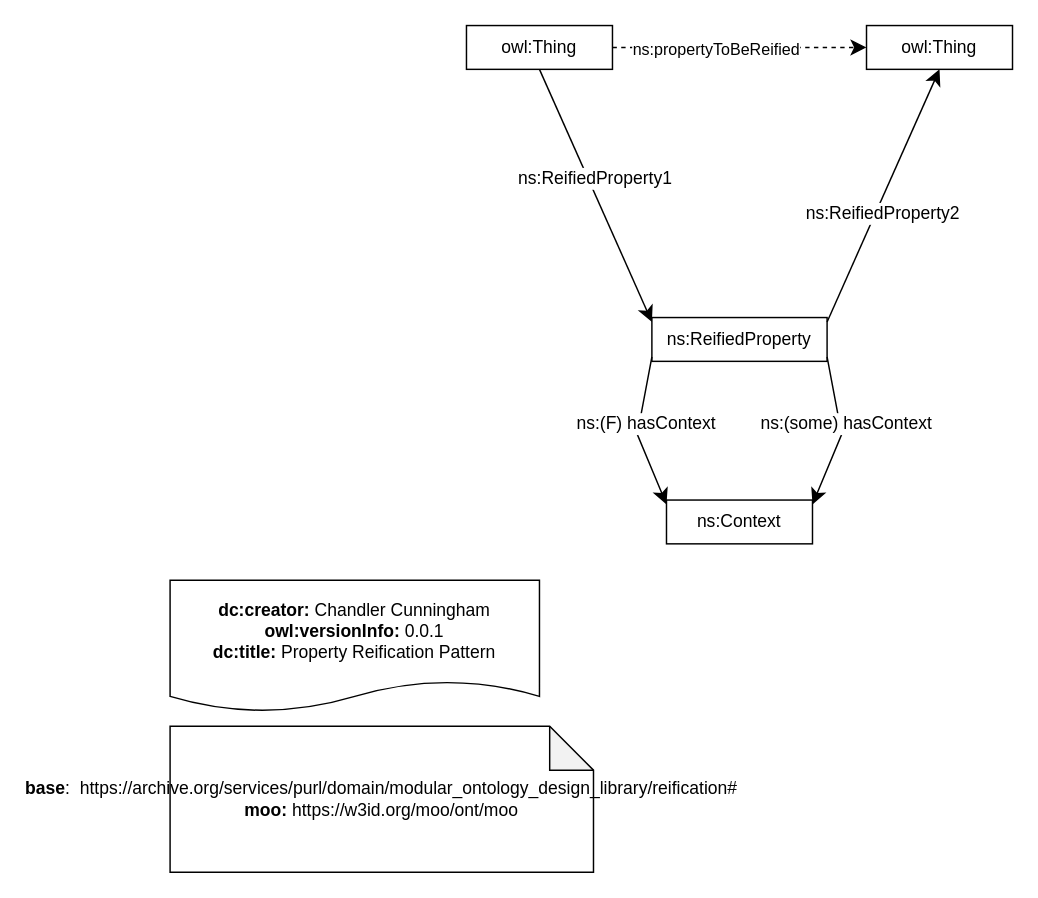
nd-crane/Drawio-experiments keeps this draw.io diagram as Drawio Patterns/reification.drawio. Above is the earlier version. Source tidied: cells renumbered, new cells numbered last; positions are measured from the earlier drawing's top-left corner, leaving out a move shared by most shapes. Both pictures are drawn from the tidied source at 146%, with x=0, y=0 at pixel (169, 25).
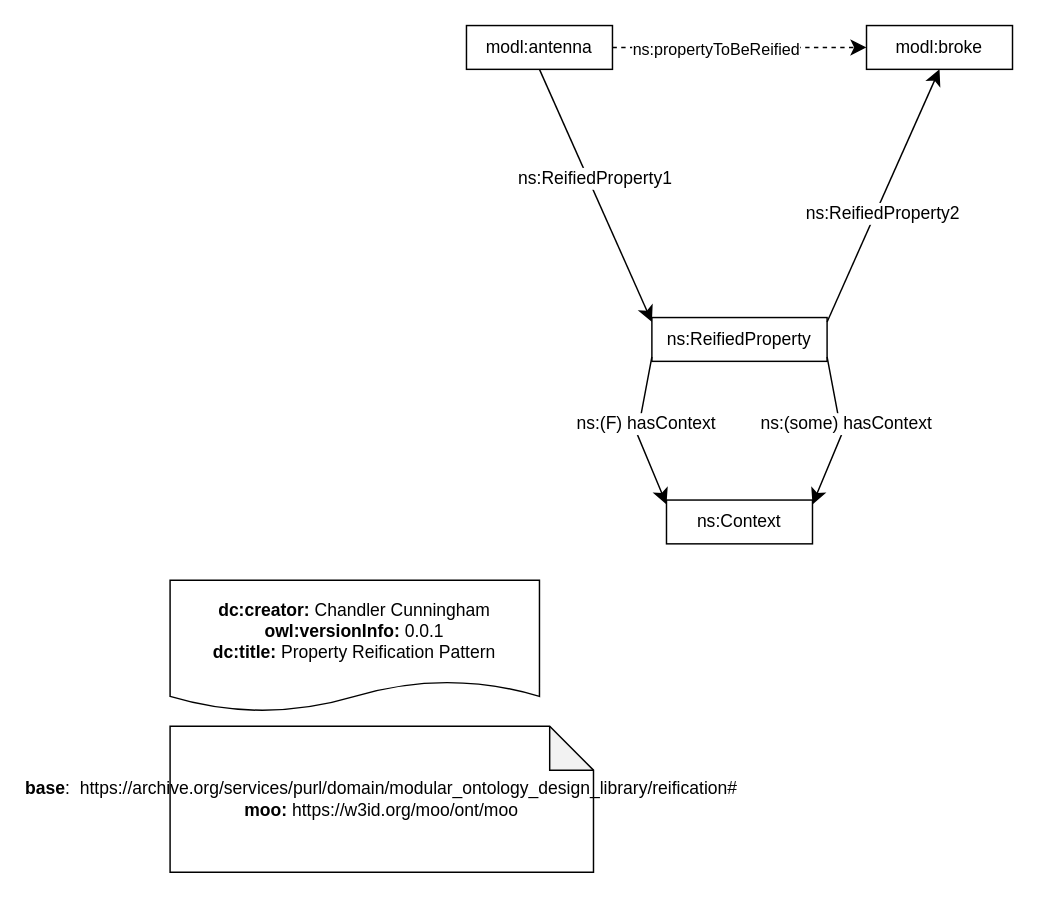
Above is the later version.

Change to the diagram source:
```diff
@@
-    <mxCell id="6" value="owl:Thing" style="rounded=0;whiteSpace=wrap;html=1;snapToPoint=1;points=[[0.1,0],[0.2,0],[0.3,0],[0.4,0],[0.5,0],[0.6,0],[0.7,0],[0.8,0],[0.9,0],[0,0.1],[0,0.3],[0,0.5],[0,0.7],[0,0.9],[0.1,1],[0.2,1],[0.3,1],[0.4,1],[0.5,1],[0.6,1],[0.7,1],[0.8,1],[0.9,1],[1,0.1],[1,0.3],[1,0.5],[1,0.7],[1,0.9]];" parent="1" vertex="1">
+    <mxCell id="6" value="modl:broke" style="rounded=0;whiteSpace=wrap;html=1;snapToPoint=1;points=[[0.1,0],[0.2,0],[0.3,0],[0.4,0],[0.5,0],[0.6,0],[0.7,0],[0.8,0],[0.9,0],[0,0.1],[0,0.3],[0,0.5],[0,0.7],[0,0.9],[0.1,1],[0.2,1],[0.3,1],[0.4,1],[0.5,1],[0.6,1],[0.7,1],[0.8,1],[0.9,1],[1,0.1],[1,0.3],[1,0.5],[1,0.7],[1,0.9]];" parent="1" vertex="1">
       <mxGeometry x="477" width="100" height="30" as="geometry" />
     </mxCell>
-    <mxCell id="7" value="owl:Thing" style="rounded=0;whiteSpace=wrap;html=1;snapToPoint=1;points=[[0.1,0],[0.2,0],[0.3,0],[0.4,0],[0.5,0],[0.6,0],[0.7,0],[0.8,0],[0.9,0],[0,0.1],[0,0.3],[0,0.5],[0,0.7],[0,0.9],[0.1,1],[0.2,1],[0.3,1],[0.4,1],[0.5,1],[0.6,1],[0.7,1],[0.8,1],[0.9,1],[1,0.1],[1,0.3],[1,0.5],[1,0.7],[1,0.9]];" parent="1" vertex="1">
+    <mxCell id="7" value="modl:antenna" style="rounded=0;whiteSpace=wrap;html=1;snapToPoint=1;points=[[0.1,0],[0.2,0],[0.3,0],[0.4,0],[0.5,0],[0.6,0],[0.7,0],[0.8,0],[0.9,0],[0,0.1],[0,0.3],[0,0.5],[0,0.7],[0,0.9],[0.1,1],[0.2,1],[0.3,1],[0.4,1],[0.5,1],[0.6,1],[0.7,1],[0.8,1],[0.9,1],[1,0.1],[1,0.3],[1,0.5],[1,0.7],[1,0.9]];" parent="1" vertex="1">
       <mxGeometry x="203" width="100" height="30" as="geometry" />
     </mxCell>
```
